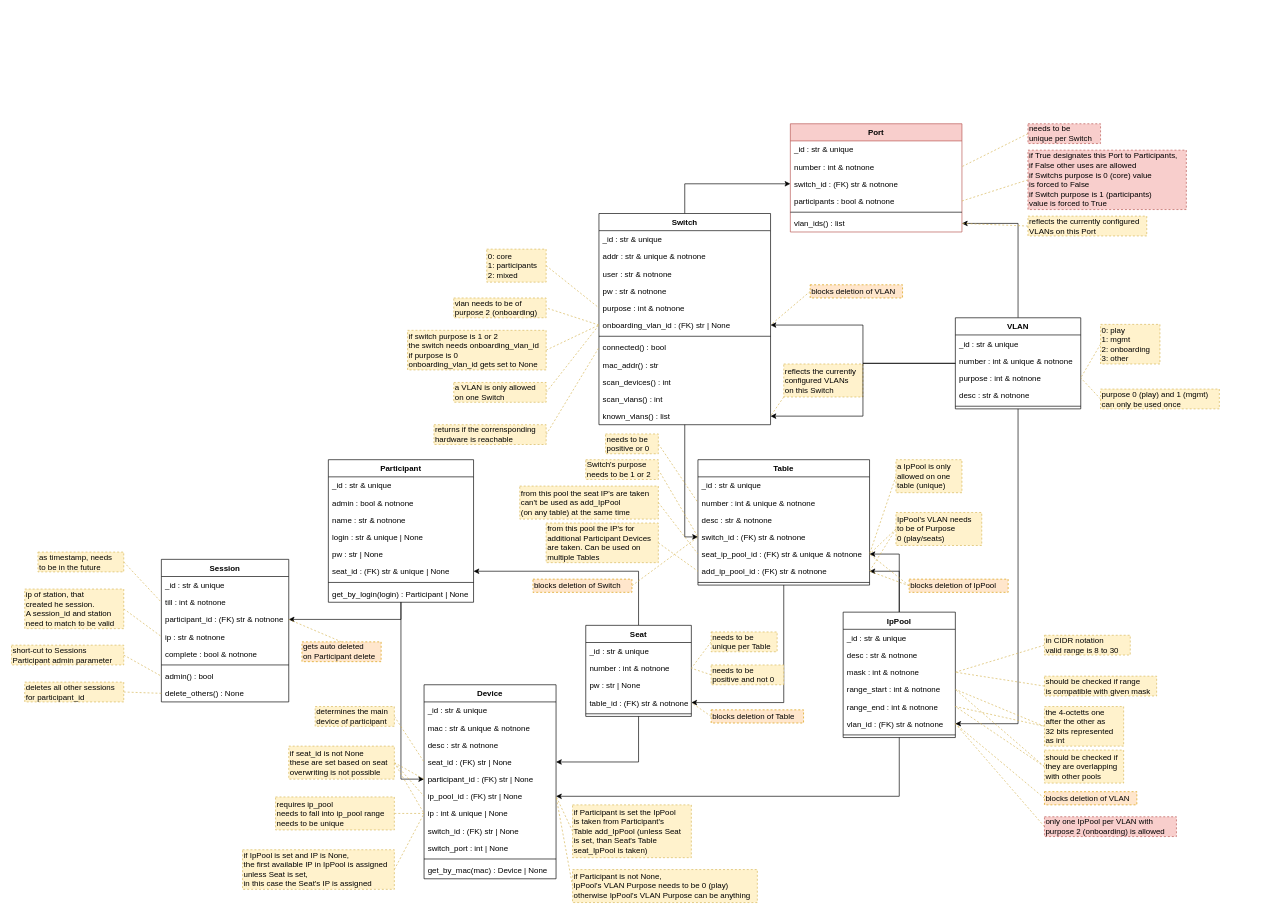
Earlier version of the draw.io diagram docs/elements_classes.drawio (nils-ost/LanPartyOnboardingSystem). Source tidied: cells renumbered, new cells numbered last; positions are measured from the earlier drawing's top-left corner, leaving out a move shared by most shapes. Both pictures are drawn from the tidied source at 66%, with x=0, y=0 at pixel (11, 123).
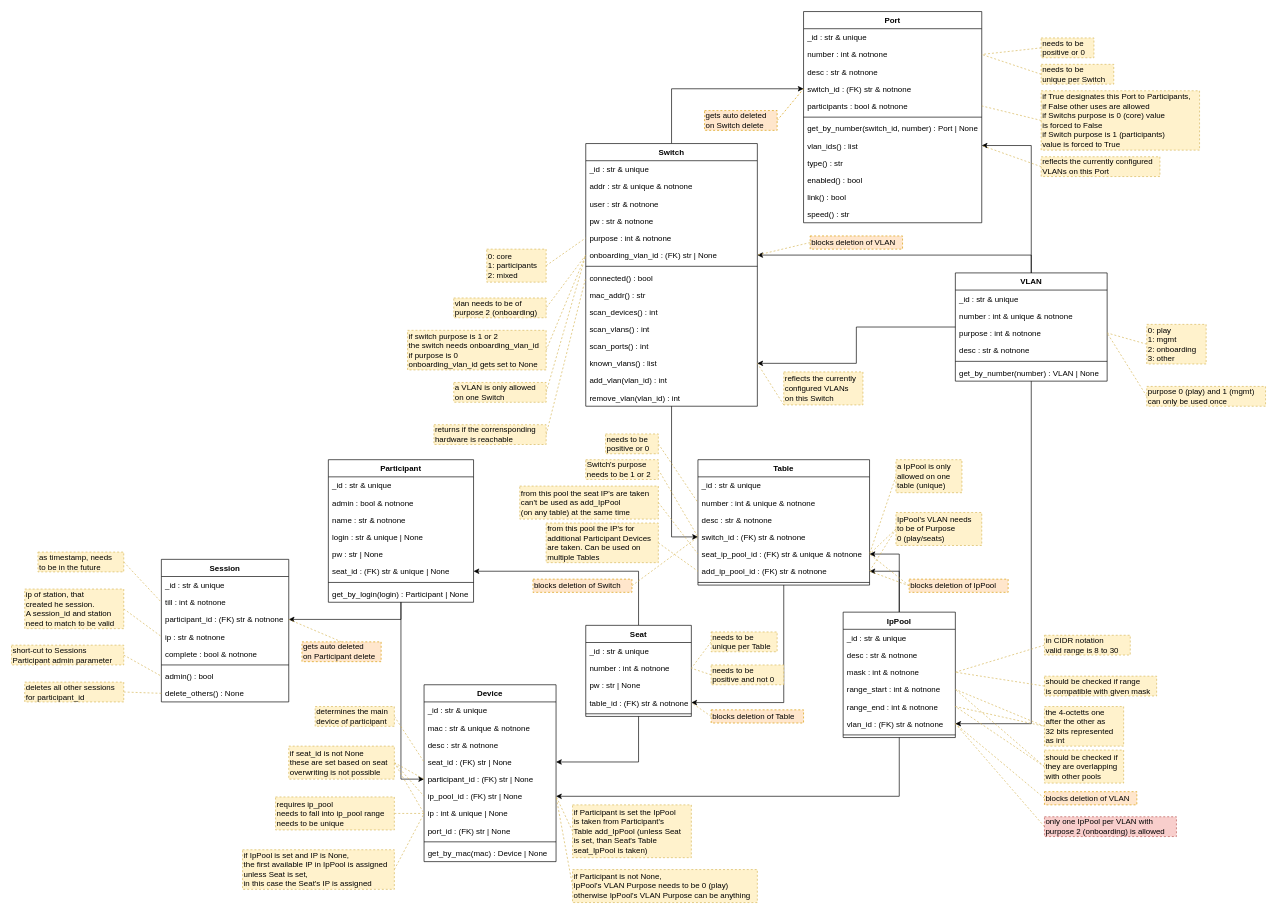
The same diagram, later.

Diff of the diagram source:
```diff
@@
     <mxCell id="4" value="VLAN" style="swimlane;fontStyle=1;align=center;verticalAlign=top;horizontal=1;startSize=26;" parent="1" vertex="1">
-      <mxGeometry x="1430" y="294" width="190" height="138" as="geometry" />
+      <mxGeometry x="1430" y="226" width="230" height="164" as="geometry" />
     </mxCell>
     <mxCell id="5" value="_id : str &amp; unique" style="text;strokeColor=none;fillColor=none;align=left;verticalAlign=top;spacingLeft=4;spacingRight=4;overflow=hidden;" parent="4" vertex="1">
-      <mxGeometry y="26" width="190" height="26" as="geometry" />
+      <mxGeometry y="26" width="230" height="26" as="geometry" />
     </mxCell>
     <mxCell id="6" value="number : int &amp; unique &amp; notnone" style="text;strokeColor=none;fillColor=none;align=left;verticalAlign=top;spacingLeft=4;spacingRight=4;overflow=hidden;" parent="4" vertex="1">
-      <mxGeometry y="52" width="190" height="26" as="geometry" />
+      <mxGeometry y="52" width="230" height="26" as="geometry" />
     </mxCell>
     <mxCell id="7" value="purpose : int &amp; notnone" style="text;strokeColor=none;fillColor=none;align=left;verticalAlign=top;spacingLeft=4;spacingRight=4;overflow=hidden;points=[[0,0.5],[1,0.5]];portConstraint=eastwest;" parent="4" vertex="1">
-      <mxGeometry y="78" width="190" height="26" as="geometry" />
+      <mxGeometry y="78" width="230" height="26" as="geometry" />
     </mxCell>
     <mxCell id="8" value="desc : str &amp; notnone" style="text;strokeColor=none;fillColor=none;align=left;verticalAlign=top;spacingLeft=4;spacingRight=4;overflow=hidden;" parent="4" vertex="1">
-      <mxGeometry y="104" width="190" height="26" as="geometry" />
+      <mxGeometry y="104" width="230" height="26" as="geometry" />
     </mxCell>
     <mxCell id="9" style="line;strokeWidth=1;fillColor=none;align=left;verticalAlign=middle;spacingTop=-1;spacingLeft=3;spacingRight=3;labelPosition=right;" parent="4" vertex="1">
-      <mxGeometry y="130" width="190" height="8" as="geometry" />
+      <mxGeometry y="130" width="230" height="8" as="geometry" />
     </mxCell>
+    <mxCell id="180" value="get_by_number(number) : VLAN | None" style="text;strokeColor=none;fillColor=none;align=left;verticalAlign=top;spacingLeft=4;spacingRight=4;overflow=hidden;" parent="4" vertex="1">
+      <mxGeometry y="138" width="230" height="26" as="geometry" />
+    </mxCell>
@@
     <mxCell id="11" value="Switch" style="swimlane;fontStyle=1;align=center;verticalAlign=top;horizontal=1;startSize=26;" parent="1" vertex="1">
-      <mxGeometry x="890" y="136" width="260" height="320" as="geometry" />
+      <mxGeometry x="870" y="30" width="260" height="398" as="geometry" />
     </mxCell>
@@
+    <mxCell id="181" value="scan_ports() : int" style="text;align=left;verticalAlign=top;spacingLeft=4;spacingRight=4;overflow=hidden;" parent="11" vertex="1">
+      <mxGeometry y="294" width="260" height="26" as="geometry" />
+    </mxCell>
     <mxCell id="23" value="known_vlans() : list" style="text;align=left;verticalAlign=top;spacingLeft=4;spacingRight=4;overflow=hidden;points=[[0,0.5],[1,0.5]];portConstraint=eastwest;" parent="11" vertex="1">
-      <mxGeometry y="294" width="260" height="26" as="geometry" />
+      <mxGeometry y="320" width="260" height="26" as="geometry" />
     </mxCell>
+    <mxCell id="182" value="add_vlan(vlan_id) : int" style="text;strokeColor=none;fillColor=none;align=left;verticalAlign=top;spacingLeft=4;spacingRight=4;overflow=hidden;" parent="11" vertex="1">
+      <mxGeometry y="346" width="260" height="26" as="geometry" />
+    </mxCell>
+    <mxCell id="183" value="remove_vlan(vlan_id) : int" style="text;strokeColor=none;fillColor=none;align=left;verticalAlign=top;spacingLeft=4;spacingRight=4;overflow=hidden;" parent="11" vertex="1">
+      <mxGeometry y="372" width="260" height="26" as="geometry" />
+    </mxCell>
@@
     <mxCell id="27" value="0: play&lt;br&gt;1: mgmt&lt;br&gt;2: onboarding&lt;br&gt;3: other" style="rounded=0;whiteSpace=wrap;html=1;fillColor=#fff2cc;strokeColor=#d6b656;dashed=1;align=left;verticalAlign=middle;horizontal=1;labelPosition=center;verticalLabelPosition=middle;" parent="1" vertex="1">
-      <mxGeometry x="1650" y="304" width="90" height="60" as="geometry" />
+      <mxGeometry x="1720" y="304" width="90" height="60" as="geometry" />
     </mxCell>
@@
     <mxCell id="68" value="Device" style="swimlane;fontStyle=1;align=center;verticalAlign=top;horizontal=1;startSize=26;" parent="1" vertex="1">
-      <mxGeometry x="625" y="850" width="200" height="294" as="geometry" />
+      <mxGeometry x="625" y="850" width="200" height="268" as="geometry" />
     </mxCell>
@@
-    <mxCell id="76" value="switch_id : (FK) str | None" style="text;align=left;verticalAlign=top;spacingLeft=4;spacingRight=4;overflow=hidden;" parent="68" vertex="1">
+    <mxCell id="76" value="port_id : (FK) str | None" style="text;align=left;verticalAlign=top;spacingLeft=4;spacingRight=4;overflow=hidden;" parent="68" vertex="1">
       <mxGeometry y="208" width="200" height="26" as="geometry" />
     </mxCell>
-    <mxCell id="77" value="switch_port : int | None" style="text;align=left;verticalAlign=top;spacingLeft=4;spacingRight=4;overflow=hidden;" parent="68" vertex="1">
-      <mxGeometry y="234" width="200" height="26" as="geometry" />
-    </mxCell>
     <mxCell id="78" style="line;strokeWidth=1;fillColor=none;align=left;verticalAlign=middle;spacingTop=-1;spacingLeft=3;spacingRight=3;labelPosition=right;" parent="68" vertex="1">
-      <mxGeometry y="260" width="200" height="8" as="geometry" />
+      <mxGeometry y="234" width="200" height="8" as="geometry" />
     </mxCell>
     <mxCell id="79" value="get_by_mac(mac) : Device | None" style="text;strokeColor=none;fillColor=none;align=left;verticalAlign=top;spacingLeft=4;spacingRight=4;overflow=hidden;" parent="68" vertex="1">
-      <mxGeometry y="268" width="200" height="26" as="geometry" />
+      <mxGeometry y="242" width="200" height="26" as="geometry" />
     </mxCell>
@@
     <mxCell id="84" value="purpose 0 (play) and 1 (mgmt)&lt;br&gt;can only be used once" style="rounded=0;whiteSpace=wrap;html=1;fillColor=#fff2cc;strokeColor=#d6b656;dashed=1;align=left;verticalAlign=middle;horizontal=1;labelPosition=center;verticalLabelPosition=middle;" parent="1" vertex="1">
-      <mxGeometry x="1650" y="402" width="180" height="30" as="geometry" />
+      <mxGeometry x="1720" y="398" width="180" height="30" as="geometry" />
     </mxCell>
@@
     <mxCell id="161" value="blocks deletion of VLAN" style="rounded=0;whiteSpace=wrap;html=1;fillColor=#ffe6cc;strokeColor=#d79b00;dashed=1;align=left;verticalAlign=middle;horizontal=1;labelPosition=center;verticalLabelPosition=middle;" parent="1" vertex="1">
-      <mxGeometry x="1210" y="244" width="140" height="20" as="geometry" />
+      <mxGeometry x="1210" y="170" width="140" height="20" as="geometry" />
     </mxCell>
@@
-    <mxCell id="164" value="Port" style="swimlane;fontStyle=1;align=center;verticalAlign=top;horizontal=1;startSize=26;fillColor=#f8cecc;strokeColor=#b85450;" parent="1" vertex="1">
-      <mxGeometry x="1180" width="260" height="164" as="geometry" />
+    <mxCell id="164" value="Port" style="swimlane;fontStyle=1;align=center;verticalAlign=top;horizontal=1;startSize=26;" parent="1" vertex="1">
+      <mxGeometry x="1200" y="-170" width="270" height="320" as="geometry" />
     </mxCell>
     <mxCell id="165" value="_id : str &amp; unique" style="text;strokeColor=none;fillColor=none;align=left;verticalAlign=top;spacingLeft=4;spacingRight=4;overflow=hidden;" parent="164" vertex="1">
-      <mxGeometry y="26" width="260" height="26" as="geometry" />
+      <mxGeometry y="26" width="270" height="26" as="geometry" />
     </mxCell>
     <mxCell id="166" value="number : int &amp; notnone" style="text;strokeColor=none;fillColor=none;align=left;verticalAlign=top;spacingLeft=4;spacingRight=4;overflow=hidden;points=[[0,0.5],[1,0.5]];portConstraint=eastwest;" parent="164" vertex="1">
-      <mxGeometry y="52" width="260" height="26" as="geometry" />
+      <mxGeometry y="52" width="270" height="26" as="geometry" />
     </mxCell>
+    <mxCell id="184" value="desc : str &amp; notnone" style="text;strokeColor=none;fillColor=none;align=left;verticalAlign=top;spacingLeft=4;spacingRight=4;overflow=hidden;" parent="164" vertex="1">
+      <mxGeometry y="78" width="270" height="26" as="geometry" />
+    </mxCell>
     <mxCell id="167" value="switch_id : (FK) str &amp; notnone" style="text;strokeColor=none;fillColor=none;align=left;verticalAlign=top;spacingLeft=4;spacingRight=4;overflow=hidden;points=[[0,0.5],[1,0.5]];portConstraint=eastwest;" parent="164" vertex="1">
-      <mxGeometry y="78" width="260" height="26" as="geometry" />
+      <mxGeometry y="104" width="270" height="26" as="geometry" />
     </mxCell>
     <mxCell id="168" value="participants : bool &amp; notnone" style="text;strokeColor=none;fillColor=none;align=left;verticalAlign=top;spacingLeft=4;spacingRight=4;overflow=hidden;points=[[0,0.5],[1,0.5]];portConstraint=eastwest;" parent="164" vertex="1">
-      <mxGeometry y="104" width="260" height="26" as="geometry" />
+      <mxGeometry y="130" width="270" height="26" as="geometry" />
     </mxCell>
     <mxCell id="169" style="line;strokeWidth=1;fillColor=none;align=left;verticalAlign=middle;spacingTop=-1;spacingLeft=3;spacingRight=3;labelPosition=right;" parent="164" vertex="1">
-      <mxGeometry y="130" width="260" height="8" as="geometry" />
+      <mxGeometry y="156" width="270" height="8" as="geometry" />
     </mxCell>
+    <mxCell id="185" value="get_by_number(switch_id, number) : Port | None" style="text;align=left;verticalAlign=top;spacingLeft=4;spacingRight=4;overflow=hidden;" parent="164" vertex="1">
+      <mxGeometry y="164" width="270" height="26" as="geometry" />
+    </mxCell>
-    <mxCell id="170" value="vlan_ids() : list" style="text;strokeColor=none;fillColor=none;align=left;verticalAlign=top;spacingLeft=4;spacingRight=4;overflow=hidden;points=[[0,0.5],[1,0.5]];portConstraint=eastwest;" parent="164" vertex="1">
-      <mxGeometry y="138" width="260" height="26" as="geometry" />
+    <mxCell id="170" value="vlan_ids() : list" style="text;align=left;verticalAlign=top;spacingLeft=4;spacingRight=4;overflow=hidden;points=[[0,0.5],[1,0.5]];portConstraint=eastwest;" parent="164" vertex="1">
+      <mxGeometry y="190" width="270" height="26" as="geometry" />
     </mxCell>
+    <mxCell id="186" value="type() : str" style="text;align=left;verticalAlign=top;spacingLeft=4;spacingRight=4;overflow=hidden;" parent="164" vertex="1">
+      <mxGeometry y="216" width="270" height="26" as="geometry" />
+    </mxCell>
+    <mxCell id="187" value="enabled() : bool" style="text;align=left;verticalAlign=top;spacingLeft=4;spacingRight=4;overflow=hidden;" parent="164" vertex="1">
+      <mxGeometry y="242" width="270" height="26" as="geometry" />
+    </mxCell>
+    <mxCell id="188" value="link() : bool" style="text;align=left;verticalAlign=top;spacingLeft=4;spacingRight=4;overflow=hidden;" parent="164" vertex="1">
+      <mxGeometry y="268" width="270" height="26" as="geometry" />
+    </mxCell>
+    <mxCell id="189" value="speed() : str" style="text;align=left;verticalAlign=top;spacingLeft=4;spacingRight=4;overflow=hidden;" parent="164" vertex="1">
+      <mxGeometry y="294" width="270" height="26" as="geometry" />
+    </mxCell>
@@
-    <mxCell id="172" value="needs to be&lt;br&gt;unique per Switch" style="rounded=0;whiteSpace=wrap;html=1;fillColor=#f8cecc;strokeColor=#b85450;dashed=1;align=left;verticalAlign=middle;horizontal=1;labelPosition=center;verticalLabelPosition=middle;" parent="1" vertex="1">
-      <mxGeometry x="1540" width="110" height="30" as="geometry" />
+    <mxCell id="172" value="needs to be&lt;br&gt;unique per Switch" style="rounded=0;whiteSpace=wrap;html=1;fillColor=#fff2cc;strokeColor=#d6b656;dashed=1;align=left;verticalAlign=middle;horizontal=1;labelPosition=center;verticalLabelPosition=middle;" parent="1" vertex="1">
+      <mxGeometry x="1560" y="-90" width="110" height="30" as="geometry" />
     </mxCell>
@@
-    <mxCell id="174" value="if True designates this Port to Participants,&lt;br&gt;if False other uses are allowed&lt;br&gt;if Switchs purpose is 0 (core) value&lt;br&gt;is forced to False&lt;br&gt;if Switch purpose is 1 (participants)&lt;br&gt;value is forced to True" style="rounded=0;whiteSpace=wrap;html=1;fillColor=#f8cecc;strokeColor=#b85450;dashed=1;align=left;verticalAlign=middle;horizontal=1;labelPosition=center;verticalLabelPosition=middle;" parent="1" vertex="1">
-      <mxGeometry x="1540" y="40" width="240" height="90" as="geometry" />
+    <mxCell id="174" value="if True designates this Port to Participants,&lt;br&gt;if False other uses are allowed&lt;br&gt;if Switchs purpose is 0 (core) value&lt;br&gt;is forced to False&lt;br&gt;if Switch purpose is 1 (participants)&lt;br&gt;value is forced to True" style="rounded=0;whiteSpace=wrap;html=1;fillColor=#fff2cc;strokeColor=#d6b656;dashed=1;align=left;verticalAlign=middle;horizontal=1;labelPosition=center;verticalLabelPosition=middle;" parent="1" vertex="1">
+      <mxGeometry x="1560" y="-50" width="240" height="90" as="geometry" />
     </mxCell>
@@
     <mxCell id="176" value="reflects the currently configured&lt;br&gt;VLANs on this Port" style="rounded=0;whiteSpace=wrap;html=1;fillColor=#fff2cc;strokeColor=#d6b656;dashed=1;align=left;verticalAlign=middle;horizontal=1;labelPosition=center;verticalLabelPosition=middle;" parent="1" vertex="1">
-      <mxGeometry x="1540" y="140" width="180" height="30" as="geometry" />
+      <mxGeometry x="1560" y="50" width="180" height="30" as="geometry" />
     </mxCell>
@@
     <mxCell id="178" value="reflects the currently&lt;br&gt;configured VLANs&lt;br&gt;on this Switch" style="rounded=0;whiteSpace=wrap;html=1;fillColor=#fff2cc;strokeColor=#d6b656;dashed=1;align=left;verticalAlign=middle;horizontal=1;labelPosition=center;verticalLabelPosition=middle;" parent="1" vertex="1">
-      <mxGeometry x="1170" y="364" width="120" height="50" as="geometry" />
+      <mxGeometry x="1170" y="376" width="120" height="50" as="geometry" />
     </mxCell>
@@
+    <mxCell id="190" style="rounded=0;jettySize=auto;html=1;exitX=1;exitY=0.5;exitDx=0;exitDy=0;entryX=0;entryY=0.5;entryDx=0;entryDy=0;dashed=1;endArrow=none;endFill=0;fillColor=#ffe6cc;strokeColor=#d79b00;" parent="1" edge="1" source="191" target="167">
+      <mxGeometry relative="1" as="geometry" />
+    </mxCell>
+    <mxCell id="191" value="gets auto deleted&lt;br&gt;on Switch delete" style="rounded=0;whiteSpace=wrap;html=1;fillColor=#ffe6cc;strokeColor=#d79b00;dashed=1;align=left;verticalAlign=middle;horizontal=1;labelPosition=center;verticalLabelPosition=middle;" parent="1" vertex="1">
+      <mxGeometry x="1050" y="-20" width="110" height="30" as="geometry" />
+    </mxCell>
+    <mxCell id="192" style="rounded=0;jettySize=auto;html=1;exitX=0;exitY=0.5;exitDx=0;exitDy=0;entryX=1;entryY=0.5;entryDx=0;entryDy=0;dashed=1;endArrow=none;endFill=0;fillColor=#fff2cc;strokeColor=#d6b656;" parent="1" edge="1" source="193" target="166">
+      <mxGeometry relative="1" as="geometry" />
+    </mxCell>
+    <mxCell id="193" value="needs to be&lt;br&gt;positive or 0" style="rounded=0;whiteSpace=wrap;html=1;fillColor=#fff2cc;strokeColor=#d6b656;dashed=1;align=left;verticalAlign=middle;horizontal=1;labelPosition=center;verticalLabelPosition=middle;" parent="1" vertex="1">
+      <mxGeometry x="1560" y="-130" width="80" height="30" as="geometry" />
+    </mxCell>
```
